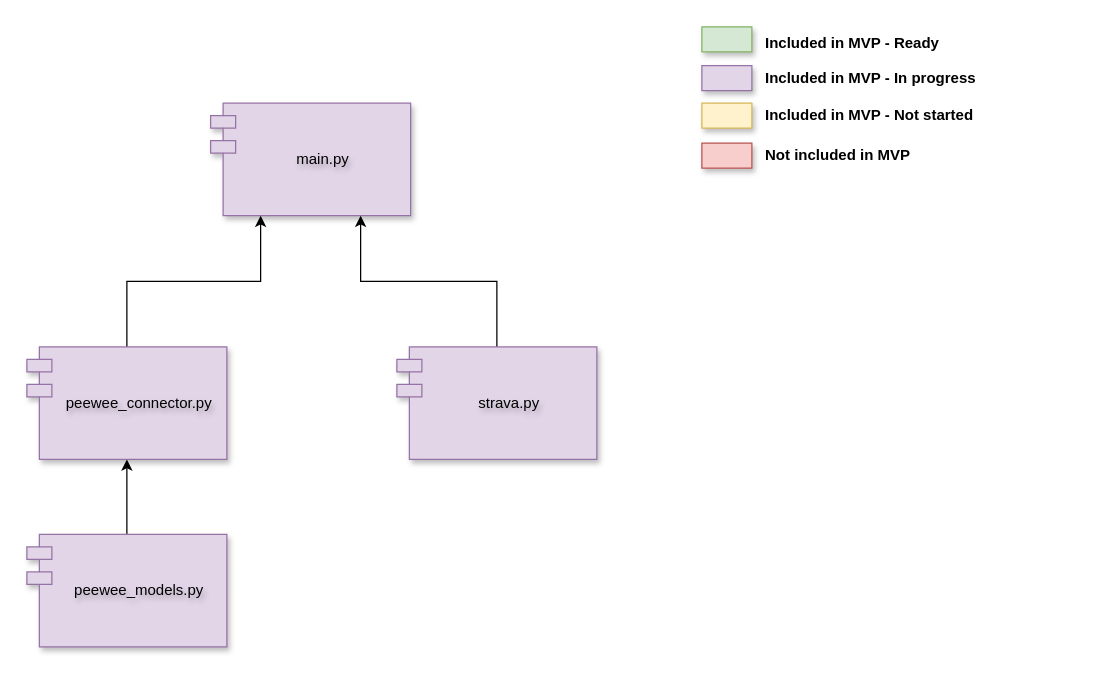
This is page "Modules" (2 of 5) of docs/all_diagrams.drawio from xivind/velo-supervisor-2000, a draw.io file, before an edit. Source tidied: cells renumbered, new cells numbered last; positions are measured from the earlier drawing's top-left corner, leaving out a move shared by most shapes. Both pictures are drawn from the tidied source at 125%, with x=0, y=0 at pixel (26, 24).
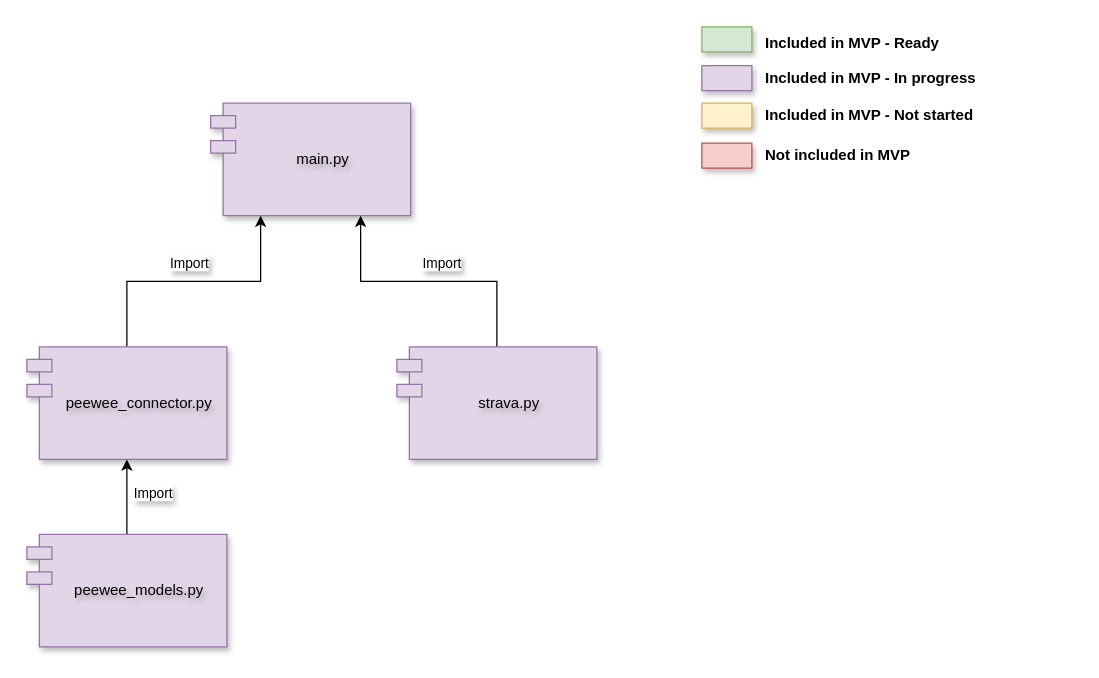
The same page after the edit.

Commit message:
Changes to module diagram

Unchanged cells that the change refers to:
```xml
<mxCell id="4" style="edgeStyle=orthogonalEdgeStyle;rounded=0;jettySize=auto;html=1;entryX=0.75;entryY=1;entryDx=0;entryDy=0;exitX=0.5;exitY=0;exitDx=0;exitDy=0;" parent="1" edge="1" source="5" target="3">
  <mxGeometry relative="1" as="geometry" />
</mxCell>
<mxCell id="6" style="edgeStyle=orthogonalEdgeStyle;rounded=0;jettySize=auto;html=1;entryX=0.5;entryY=1;entryDx=0;entryDy=0;" parent="1" edge="1" source="7" target="9">
  <mxGeometry relative="1" as="geometry" />
</mxCell>
<mxCell id="8" style="edgeStyle=orthogonalEdgeStyle;rounded=0;jettySize=auto;html=1;entryX=0.25;entryY=1;entryDx=0;entryDy=0;" parent="1" edge="1" source="9" target="3">
  <mxGeometry relative="1" as="geometry" />
</mxCell>
```

The edit, as a diff of the source:
```diff
@@
+    <mxCell id="18" value="Import" style="edgeLabel;html=1;align=center;verticalAlign=middle;textShadow=1;" parent="4" vertex="1">
+      <mxGeometry x="-0.14" y="1" relative="1" as="geometry">
+        <mxPoint x="-5" y="-16" as="offset" />
+      </mxGeometry>
+    </mxCell>
@@
+    <mxCell id="19" value="Import" style="edgeLabel;html=1;align=center;verticalAlign=middle;textShadow=1;" parent="6" vertex="1">
+      <mxGeometry x="0.13" y="-2" relative="1" as="geometry">
+        <mxPoint x="18" as="offset" />
+      </mxGeometry>
+    </mxCell>
@@
+    <mxCell id="20" value="Import" style="edgeLabel;html=1;align=center;verticalAlign=middle;textShadow=1;" parent="8" vertex="1">
+      <mxGeometry x="0.08" y="3" relative="1" as="geometry">
+        <mxPoint x="-12" y="-12" as="offset" />
+      </mxGeometry>
+    </mxCell>
```
